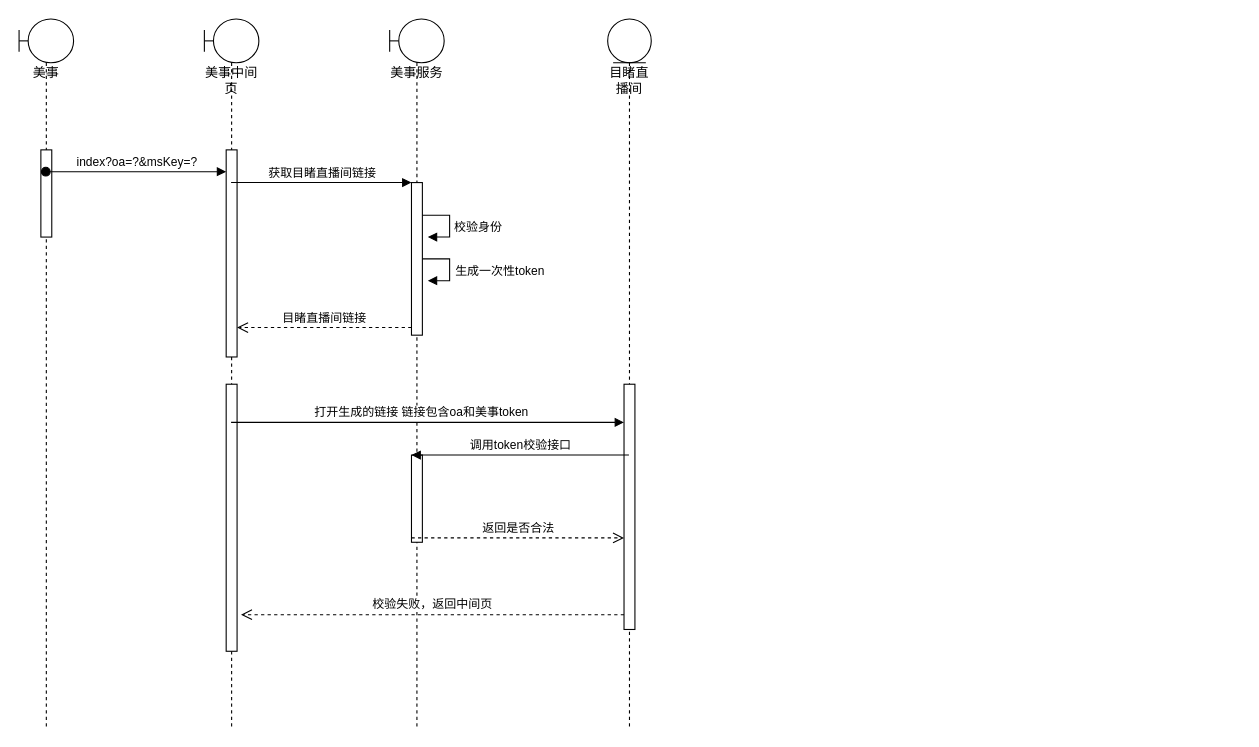
This is page "Page-2" (2 of 3) of anquan.drawio from nullbull/uml, a draw.io file, before an edit. Source tidied: cells renumbered, new cells numbered last; positions are measured from the earlier drawing's top-left corner, leaving out a move shared by most shapes. Both pictures are drawn from the tidied source at 109%, with x=0, y=0 at pixel (19, 19).
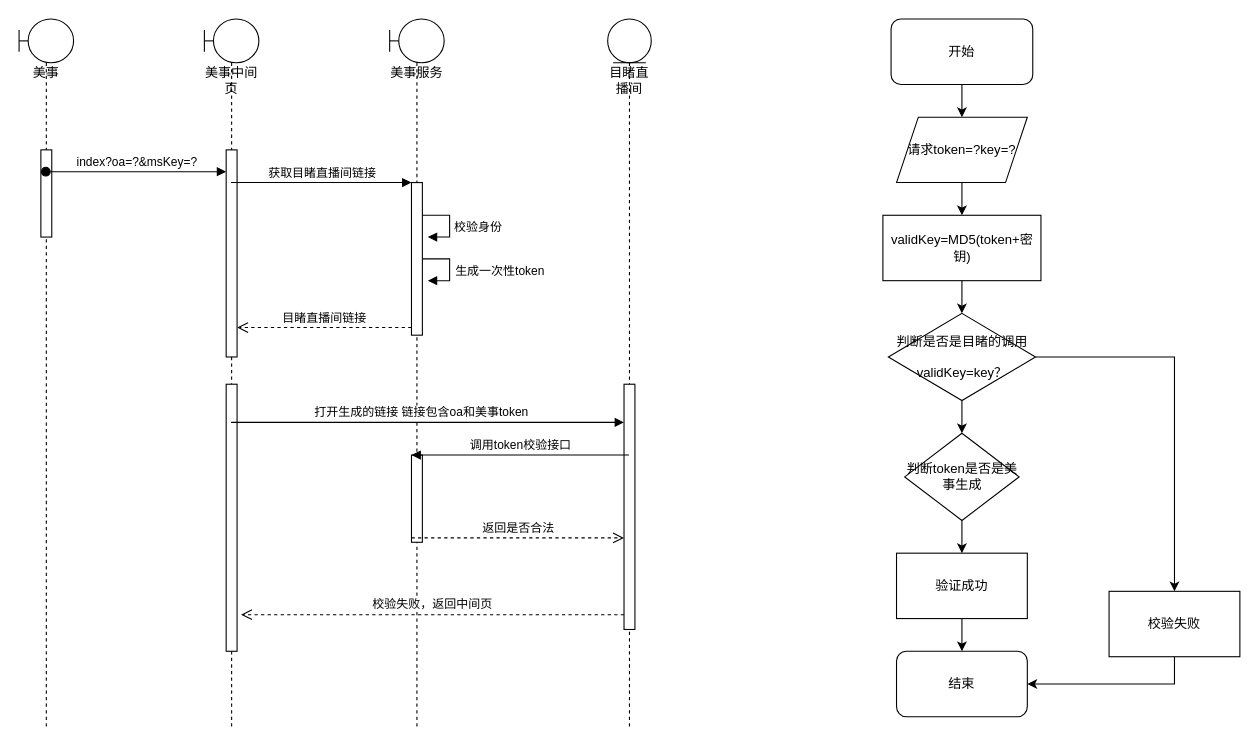
After the change.

What changed in the source:
```diff
@@
+    <mxCell id="23" style="edgeStyle=orthogonalEdgeStyle;rounded=0;jettySize=auto;html=1;entryX=0.5;entryY=0;entryDx=0;entryDy=0;" parent="1" edge="1" source="24" target="38">
+      <mxGeometry relative="1" as="geometry" />
+    </mxCell>
+    <mxCell id="24" value="开始" style="rounded=1;whiteSpace=wrap;html=1;" parent="1" vertex="1">
+      <mxGeometry x="800" width="130" height="60" as="geometry" />
+    </mxCell>
+    <mxCell id="25" style="edgeStyle=orthogonalEdgeStyle;rounded=0;jettySize=auto;html=1;entryX=0.5;entryY=0;entryDx=0;entryDy=0;" parent="1" edge="1" source="27" target="31">
+      <mxGeometry relative="1" as="geometry" />
+    </mxCell>
+    <mxCell id="26" style="edgeStyle=orthogonalEdgeStyle;rounded=0;jettySize=auto;html=1;exitX=0.5;exitY=1;exitDx=0;exitDy=0;entryX=0.5;entryY=0;entryDx=0;entryDy=0;" parent="1" edge="1" source="27" target="33">
+      <mxGeometry relative="1" as="geometry" />
+    </mxCell>
+    <mxCell id="27" value="判断是否是目睹的调用&lt;br&gt;&lt;br&gt;validKey=key？" style="rhombus;whiteSpace=wrap;html=1;" parent="1" vertex="1">
+      <mxGeometry x="797.5" y="270" width="135" height="80" as="geometry" />
+    </mxCell>
+    <mxCell id="28" style="edgeStyle=orthogonalEdgeStyle;rounded=0;jettySize=auto;html=1;exitX=0.5;exitY=1;exitDx=0;exitDy=0;" parent="1" edge="1" source="29" target="27">
+      <mxGeometry relative="1" as="geometry" />
+    </mxCell>
+    <mxCell id="29" value="&lt;span&gt;validKey=MD5(token+密钥)&lt;/span&gt;" style="rounded=0;whiteSpace=wrap;html=1;" parent="1" vertex="1">
+      <mxGeometry x="792.5" y="180" width="145" height="60" as="geometry" />
+    </mxCell>
+    <mxCell id="30" style="edgeStyle=orthogonalEdgeStyle;rounded=0;jettySize=auto;html=1;exitX=0.5;exitY=1;exitDx=0;exitDy=0;entryX=1;entryY=0.5;entryDx=0;entryDy=0;" parent="1" edge="1" source="31" target="36">
+      <mxGeometry relative="1" as="geometry" />
+    </mxCell>
+    <mxCell id="31" value="校验失败" style="rounded=0;whiteSpace=wrap;html=1;" parent="1" vertex="1">
+      <mxGeometry x="1000" y="525" width="120" height="60" as="geometry" />
+    </mxCell>
+    <mxCell id="32" style="edgeStyle=orthogonalEdgeStyle;rounded=0;jettySize=auto;html=1;exitX=0.5;exitY=1;exitDx=0;exitDy=0;" parent="1" edge="1" source="33" target="35">
+      <mxGeometry relative="1" as="geometry" />
+    </mxCell>
+    <mxCell id="33" value="判断token是否是美事生成" style="rhombus;whiteSpace=wrap;html=1;" parent="1" vertex="1">
+      <mxGeometry x="812.5" y="380" width="105" height="80" as="geometry" />
+    </mxCell>
+    <mxCell id="34" style="edgeStyle=orthogonalEdgeStyle;rounded=0;jettySize=auto;html=1;exitX=0.5;exitY=1;exitDx=0;exitDy=0;entryX=0.5;entryY=0;entryDx=0;entryDy=0;" parent="1" edge="1" source="35" target="36">
+      <mxGeometry relative="1" as="geometry" />
+    </mxCell>
+    <mxCell id="35" value="验证成功" style="rounded=0;whiteSpace=wrap;html=1;" parent="1" vertex="1">
+      <mxGeometry x="805" y="490" width="120" height="60" as="geometry" />
+    </mxCell>
+    <mxCell id="36" value="结束" style="rounded=1;whiteSpace=wrap;html=1;" parent="1" vertex="1">
+      <mxGeometry x="805" y="580" width="120" height="60" as="geometry" />
+    </mxCell>
+    <mxCell id="37" style="edgeStyle=orthogonalEdgeStyle;rounded=0;jettySize=auto;html=1;exitX=0.5;exitY=1;exitDx=0;exitDy=0;entryX=0.5;entryY=0;entryDx=0;entryDy=0;" parent="1" edge="1" source="38" target="29">
+      <mxGeometry relative="1" as="geometry" />
+    </mxCell>
+    <mxCell id="38" value="请求token=?key=?" style="shape=parallelogram;perimeter=parallelogramPerimeter;whiteSpace=wrap;html=1;fixedSize=1;" parent="1" vertex="1">
+      <mxGeometry x="805" y="90" width="120" height="60" as="geometry" />
+    </mxCell>
```
